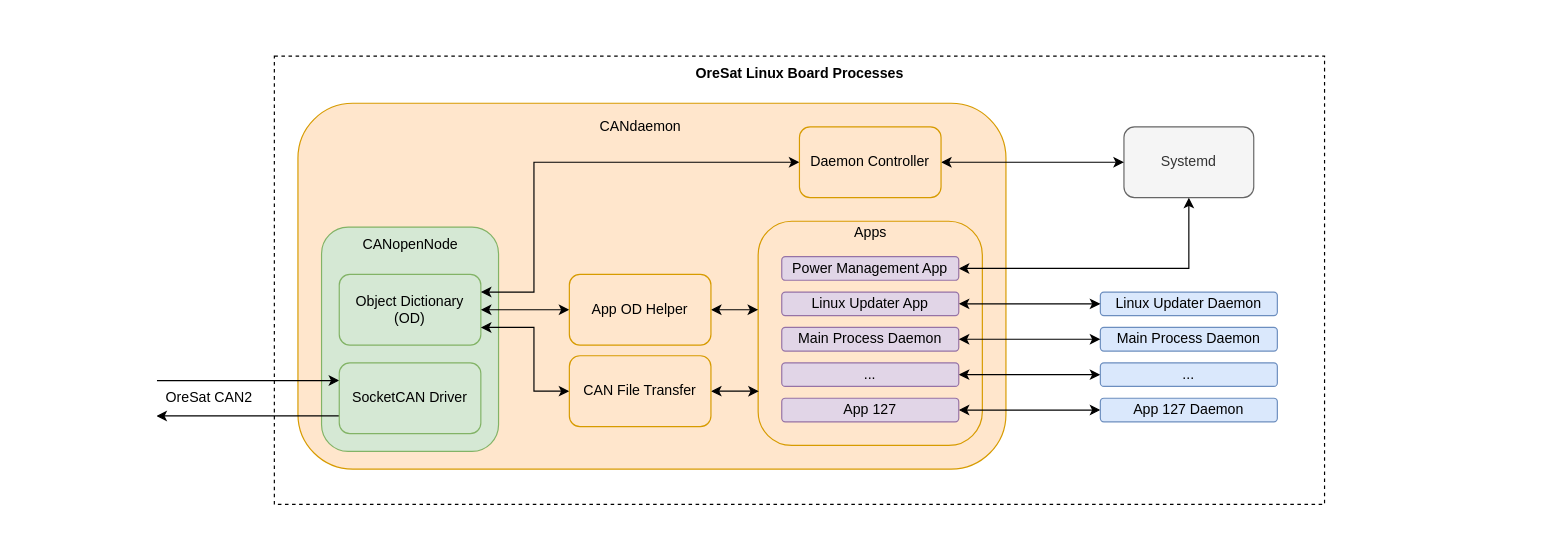
This is docs/OreSatLinuxDiagram.drawio from oresat/oresat-linux-manager, a draw.io file, before an edit. Source tidied: cells renumbered, new cells numbered last; positions are measured from the earlier drawing's top-left corner, leaving out a move shared by most shapes. Both pictures are drawn from the tidied source at 118%, with x=0, y=0 at pixel (132, 55).
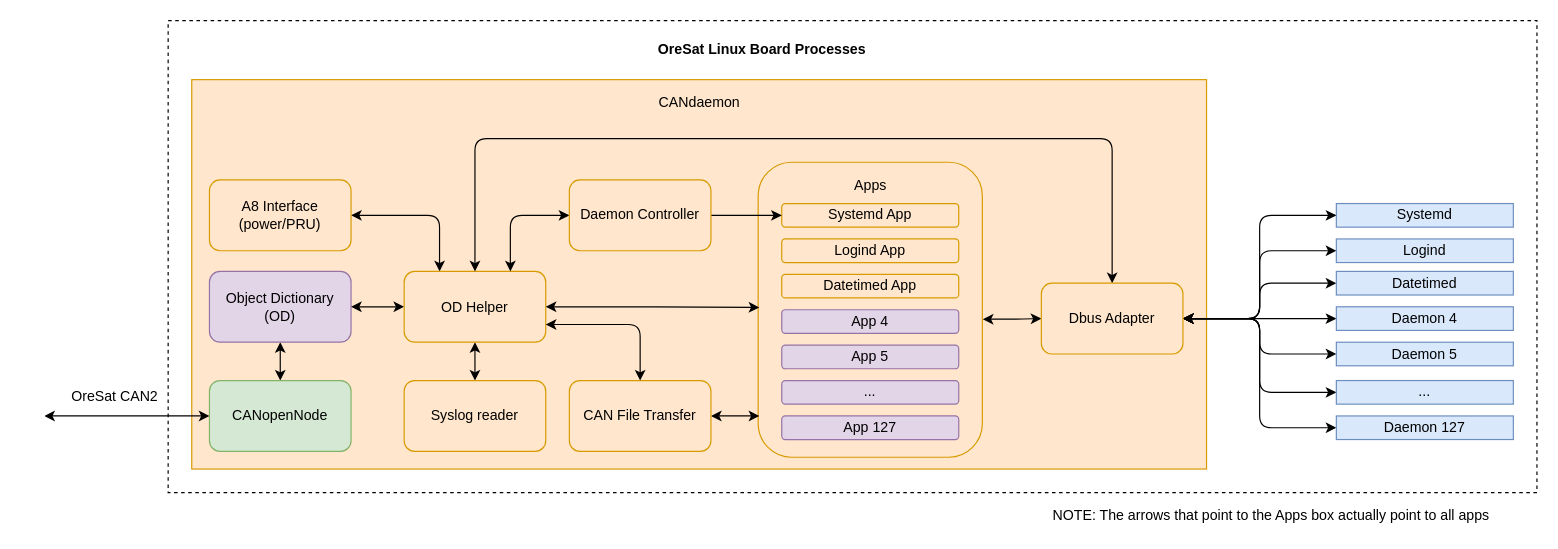
The same page after the edit.

Commit message (it also covers changes not shown here):
new candaemon diagram

The edit, as a diff of the source:
```diff
@@
     <mxCell id="2" style="rounded=0;whiteSpace=wrap;html=1;dashed=1;" parent="1" vertex="1">
-      <mxGeometry x="120" width="890" height="380" as="geometry" />
+      <mxGeometry x="30" y="-30" width="1160" height="400" as="geometry" />
     </mxCell>
-    <mxCell id="3" value="Systemd" style="rounded=1;whiteSpace=wrap;html=1;fillColor=#f5f5f5;strokeColor=#666666;fontColor=#333333;" parent="1" vertex="1">
-      <mxGeometry x="840" y="60" width="110" height="60" as="geometry" />
-    </mxCell>
     <mxCell id="4" value="OreSat CAN2" style="text;html=1;strokeColor=none;fillColor=none;align=center;verticalAlign=middle;whiteSpace=wrap;rounded=0;" parent="1" vertex="1">
-      <mxGeometry x="20" y="266" width="90" height="48" as="geometry" />
+      <mxGeometry x="-60" y="265" width="90" height="48" as="geometry" />
     </mxCell>
     <mxCell id="5" value="&lt;b&gt;OreSat Linux Board Processes&lt;/b&gt;" style="text;html=1;strokeColor=none;fillColor=none;align=center;verticalAlign=middle;whiteSpace=wrap;rounded=0;dashed=1;" parent="1" vertex="1">
-      <mxGeometry x="453.5" y="10" width="223" height="10" as="geometry" />
+      <mxGeometry x="422" y="-10" width="223" height="10" as="geometry" />
     </mxCell>
-    <mxCell id="6" style="rounded=1;whiteSpace=wrap;html=1;fillColor=#ffe6cc;strokeColor=#d79b00;" parent="1" vertex="1">
-      <mxGeometry x="140" y="40" width="600" height="310" as="geometry" />
+    <mxCell id="6" style="rounded=0;whiteSpace=wrap;html=1;fillColor=#ffe6cc;strokeColor=#d79b00;" parent="1" vertex="1">
+      <mxGeometry x="50" y="20" width="860" height="330" as="geometry" />
     </mxCell>
+    <mxCell id="10" value="CANdaemon" style="text;html=1;align=center;verticalAlign=middle;" parent="1" vertex="1">
+      <mxGeometry x="435" y="30" width="90" height="20" as="geometry" />
+    </mxCell>
+    <mxCell id="40" style="edgeStyle=orthogonalEdgeStyle;rounded=0;jettySize=auto;html=1;startArrow=classic;startFill=1;entryX=0.5;entryY=0;entryDx=0;entryDy=0;" parent="1" edge="1" source="12" target="16">
+      <mxGeometry relative="1" as="geometry" />
+    </mxCell>
+    <mxCell id="12" value="Object Dictionary (OD)" style="rounded=1;whiteSpace=wrap;html=1;strokeColor=#9673a6;fillColor=#e1d5e7;" parent="1" vertex="1">
+      <mxGeometry x="65" y="182.5" width="120" height="60" as="geometry" />
+    </mxCell>
+    <mxCell id="16" value="CANopenNode" style="rounded=1;whiteSpace=wrap;html=1;strokeColor=#82b366;fillColor=#d5e8d4;" parent="1" vertex="1">
+      <mxGeometry x="65" y="275" width="120" height="60" as="geometry" />
+    </mxCell>
+    <mxCell id="41" style="edgeStyle=orthogonalEdgeStyle;rounded=1;jettySize=auto;html=1;startArrow=classic;startFill=1;strokeColor=#000000;entryX=0;entryY=0.5;entryDx=0;entryDy=0;" parent="1" edge="1" source="17" target="16">
+      <mxGeometry relative="1" as="geometry" />
+    </mxCell>
+    <mxCell id="17" style="rounded=1;whiteSpace=wrap;html=1;strokeColor=#FFFFFF;" parent="1" vertex="1">
+      <mxGeometry x="-95" y="275" width="20" height="60" as="geometry" />
+    </mxCell>
+    <mxCell id="21" style="edgeStyle=orthogonalEdgeStyle;rounded=0;jettySize=auto;html=1;entryX=1;entryY=0.5;entryDx=0;entryDy=0;exitX=0;exitY=0.5;exitDx=0;exitDy=0;startArrow=classic;startFill=1;" parent="1" edge="1" source="37" target="12">
+      <mxGeometry relative="1" as="geometry" />
+    </mxCell>
+    <mxCell id="42" style="edgeStyle=orthogonalEdgeStyle;rounded=1;jettySize=auto;html=1;startArrow=classic;startFill=1;entryX=1;entryY=0.5;entryDx=0;entryDy=0;exitX=0.25;exitY=0;exitDx=0;exitDy=0;" parent="1" edge="1" source="37" target="44">
+      <mxGeometry relative="1" as="geometry">
+        <Array as="points">
+          <mxPoint x="260" y="135" />
+        </Array>
+      </mxGeometry>
+    </mxCell>
+    <mxCell id="43" style="edgeStyle=orthogonalEdgeStyle;rounded=0;jettySize=auto;html=1;startArrow=classic;startFill=1;" parent="1" edge="1" source="37" target="45">
+      <mxGeometry relative="1" as="geometry" />
+    </mxCell>
+    <mxCell id="37" value="OD Helper" style="rounded=1;whiteSpace=wrap;html=1;strokeColor=#d79b00;fillColor=#ffe6cc;" parent="1" vertex="1">
+      <mxGeometry x="230" y="182.5" width="120" height="60" as="geometry" />
+    </mxCell>
+    <mxCell id="44" value="A8 Interface&lt;br&gt;(power/PRU)" style="rounded=1;whiteSpace=wrap;html=1;strokeColor=#d79b00;fillColor=#ffe6cc;" parent="1" vertex="1">
+      <mxGeometry x="65" y="105" width="120" height="60" as="geometry" />
+    </mxCell>
+    <mxCell id="45" value="Syslog reader" style="rounded=1;whiteSpace=wrap;html=1;strokeColor=#d79b00;fillColor=#ffe6cc;" parent="1" vertex="1">
+      <mxGeometry x="230" y="275" width="120" height="60" as="geometry" />
+    </mxCell>
+    <mxCell id="46" style="edgeStyle=orthogonalEdgeStyle;rounded=1;jettySize=auto;html=1;startArrow=classic;startFill=1;entryX=0.5;entryY=0;entryDx=0;entryDy=0;exitX=0.5;exitY=0;exitDx=0;exitDy=0;" parent="1" edge="1" source="60" target="37">
+      <mxGeometry relative="1" as="geometry">
+        <Array as="points">
+          <mxPoint x="830" y="70" />
+          <mxPoint x="290" y="70" />
+        </Array>
+      </mxGeometry>
+    </mxCell>
+    <mxCell id="47" value="NOTE: The arrows that point to the Apps box actually point to all apps" style="text;html=1;strokeColor=none;fillColor=none;align=center;verticalAlign=middle;whiteSpace=wrap;rounded=0;" parent="1" vertex="1">
+      <mxGeometry x="740" y="380" width="450" height="20" as="geometry" />
+    </mxCell>
+    <mxCell id="48" style="edgeStyle=orthogonalEdgeStyle;rounded=1;jettySize=auto;html=1;startArrow=classic;startFill=1;strokeColor=#000000;entryX=0;entryY=0.5;entryDx=0;entryDy=0;exitX=1.002;exitY=0.532;exitDx=0;exitDy=0;exitPerimeter=0;" parent="1" edge="1" source="9" target="60">
+      <mxGeometry relative="1" as="geometry" />
+    </mxCell>
+    <mxCell id="9" style="rounded=1;whiteSpace=wrap;html=1;strokeColor=#d79b00;fillColor=#ffe6cc;" parent="1" vertex="1">
+      <mxGeometry x="530" y="90" width="190" height="250" as="geometry" />
+    </mxCell>
+    <mxCell id="25" value="Apps" style="text;html=1;align=center;verticalAlign=middle;fillColor=#ffe6cc;strokeColor=none;" parent="1" vertex="1">
+      <mxGeometry x="605" y="100" width="40" height="20" as="geometry" />
+    </mxCell>
+    <mxCell id="27" value="App 127" style="rounded=1;whiteSpace=wrap;html=1;fillColor=#e1d5e7;strokeColor=#9673a6;" parent="1" vertex="1">
+      <mxGeometry x="550" y="305" width="150" height="20" as="geometry" />
+    </mxCell>
+    <mxCell id="30" value="Datetimed App" style="rounded=1;whiteSpace=wrap;html=1;fillColor=#ffe6cc;strokeColor=#d79b00;" parent="1" vertex="1">
+      <mxGeometry x="550" y="185" width="150" height="20" as="geometry" />
+    </mxCell>
+    <mxCell id="31" value="App 5" style="rounded=1;whiteSpace=wrap;html=1;fillColor=#e1d5e7;strokeColor=#9673a6;" parent="1" vertex="1">
+      <mxGeometry x="550" y="245" width="150" height="20" as="geometry" />
+    </mxCell>
+    <mxCell id="35" value="..." style="rounded=1;whiteSpace=wrap;html=1;fillColor=#e1d5e7;strokeColor=#9673a6;" parent="1" vertex="1">
+      <mxGeometry x="550" y="275" width="150" height="20" as="geometry" />
+    </mxCell>
+    <mxCell id="39" value="App 4" style="rounded=1;whiteSpace=wrap;html=1;fillColor=#e1d5e7;strokeColor=#9673a6;" parent="1" vertex="1">
+      <mxGeometry x="550" y="215" width="150" height="20" as="geometry" />
+    </mxCell>
+    <mxCell id="49" value="Logind App" style="rounded=1;whiteSpace=wrap;html=1;fillColor=#ffe6cc;strokeColor=#d79b00;" parent="1" vertex="1">
+      <mxGeometry x="550" y="155" width="150" height="20" as="geometry" />
+    </mxCell>
+    <mxCell id="50" value="Systemd App" style="rounded=1;whiteSpace=wrap;html=1;fillColor=#ffe6cc;strokeColor=#d79b00;" parent="1" vertex="1">
+      <mxGeometry x="550" y="125" width="150" height="20" as="geometry" />
+    </mxCell>
+    <mxCell id="3" value="Systemd" style="rounded=0;whiteSpace=wrap;html=1;fillColor=#dae8fc;strokeColor=#6c8ebf;" parent="1" vertex="1">
+      <mxGeometry x="1020" y="125" width="150" height="20" as="geometry" />
+    </mxCell>
+    <mxCell id="51" style="edgeStyle=orthogonalEdgeStyle;rounded=1;jettySize=auto;html=1;startArrow=classic;startFill=1;strokeColor=#000000;entryX=1;entryY=0.5;entryDx=0;entryDy=0;" parent="1" edge="1" source="7" target="60">
+      <mxGeometry relative="1" as="geometry" />
+    </mxCell>
-    <mxCell id="7" value="Linux Updater Daemon" style="rounded=1;whiteSpace=wrap;html=1;fillColor=#dae8fc;strokeColor=#6c8ebf;" parent="1" vertex="1">
-      <mxGeometry x="820" y="200" width="150" height="20" as="geometry" />
+    <mxCell id="7" value="Daemon 4" style="rounded=0;whiteSpace=wrap;html=1;fillColor=#dae8fc;strokeColor=#6c8ebf;" parent="1" vertex="1">
+      <mxGeometry x="1020" y="212.5" width="150" height="20" as="geometry" />
     </mxCell>
+    <mxCell id="52" style="edgeStyle=orthogonalEdgeStyle;rounded=1;jettySize=auto;html=1;startArrow=classic;startFill=1;strokeColor=#000000;entryX=1;entryY=0.5;entryDx=0;entryDy=0;" parent="1" edge="1" source="8" target="60">
+      <mxGeometry relative="1" as="geometry" />
+    </mxCell>
-    <mxCell id="8" value="Main Process Daemon" style="rounded=1;whiteSpace=wrap;html=1;fillColor=#dae8fc;strokeColor=#6c8ebf;" parent="1" vertex="1">
-      <mxGeometry x="820" y="230" width="150" height="20" as="geometry" />
+    <mxCell id="8" value="Daemon 5" style="rounded=0;whiteSpace=wrap;html=1;fillColor=#dae8fc;strokeColor=#6c8ebf;" parent="1" vertex="1">
+      <mxGeometry x="1020" y="242.5" width="150" height="20" as="geometry" />
     </mxCell>
-    <mxCell id="9" style="rounded=1;whiteSpace=wrap;html=1;strokeColor=#d79b00;fillColor=#ffe6cc;" parent="1" vertex="1">
-      <mxGeometry x="530" y="140" width="190" height="190" as="geometry" />
-    </mxCell>
-    <mxCell id="10" value="CANdaemon" style="text;html=1;align=center;verticalAlign=middle;" parent="1" vertex="1">
-      <mxGeometry x="385" y="50" width="90" height="20" as="geometry" />
-    </mxCell>
-    <mxCell id="11" style="rounded=1;whiteSpace=wrap;html=1;strokeColor=#82b366;fillColor=#d5e8d4;" parent="1" vertex="1">
-      <mxGeometry x="160" y="145" width="150" height="190" as="geometry" />
-    </mxCell>
-    <mxCell id="12" value="Object Dictionary (OD)" style="rounded=1;whiteSpace=wrap;html=1;strokeColor=#82b366;fillColor=#d5e8d4;" parent="1" vertex="1">
-      <mxGeometry x="175" y="185" width="120" height="60" as="geometry" />
-    </mxCell>
-    <mxCell id="13" value="CANopenNode" style="text;html=1;align=center;verticalAlign=middle;" parent="1" vertex="1">
-      <mxGeometry x="185" y="150" width="100" height="20" as="geometry" />
-    </mxCell>
-    <mxCell id="14" style="edgeStyle=orthogonalEdgeStyle;rounded=0;jettySize=auto;html=1;startArrow=none;startFill=0;endArrow=classic;endFill=1;entryX=0;entryY=0.25;entryDx=0;entryDy=0;exitX=1;exitY=0.25;exitDx=0;exitDy=0;" parent="1" edge="1" source="17" target="16">
-      <mxGeometry relative="1" as="geometry">
-        <Array as="points">
-          <mxPoint x="60" y="275" />
-          <mxPoint x="60" y="275" />
-        </Array>
-      </mxGeometry>
-    </mxCell>
-    <mxCell id="15" style="edgeStyle=orthogonalEdgeStyle;rounded=0;jettySize=auto;html=1;startArrow=classic;startFill=1;endArrow=none;endFill=0;exitX=1;exitY=0.75;exitDx=0;exitDy=0;entryX=0;entryY=0.75;entryDx=0;entryDy=0;" parent="1" edge="1" source="17" target="16">
-      <mxGeometry relative="1" as="geometry" />
-    </mxCell>
-    <mxCell id="16" value="SocketCAN Driver" style="rounded=1;whiteSpace=wrap;html=1;strokeColor=#82b366;fillColor=#d5e8d4;" parent="1" vertex="1">
-      <mxGeometry x="175" y="260" width="120" height="60" as="geometry" />
-    </mxCell>
-    <mxCell id="17" style="rounded=1;whiteSpace=wrap;html=1;strokeColor=#FFFFFF;" parent="1" vertex="1">
-      <mxGeometry y="260" width="20" height="60" as="geometry" />
-    </mxCell>
-    <mxCell id="18" style="edgeStyle=orthogonalEdgeStyle;rounded=0;jettySize=auto;html=1;entryX=1;entryY=0.75;entryDx=0;entryDy=0;startArrow=classic;startFill=1;exitX=0;exitY=0.5;exitDx=0;exitDy=0;" parent="1" edge="1" source="20" target="12">
-      <mxGeometry relative="1" as="geometry">
-        <Array as="points">
-          <mxPoint x="340" y="284" />
-          <mxPoint x="340" y="230" />
-        </Array>
-      </mxGeometry>
-    </mxCell>
+    <mxCell id="53" style="edgeStyle=orthogonalEdgeStyle;rounded=1;jettySize=auto;html=1;startArrow=classic;startFill=1;strokeColor=#000000;entryX=1;entryY=0.5;entryDx=0;entryDy=0;" parent="1" edge="1" source="28" target="60">
+      <mxGeometry relative="1" as="geometry" />
+    </mxCell>
+    <mxCell id="28" value="Daemon 127" style="rounded=0;whiteSpace=wrap;html=1;fillColor=#dae8fc;strokeColor=#6c8ebf;" parent="1" vertex="1">
+      <mxGeometry x="1020" y="305" width="150" height="20" as="geometry" />
+    </mxCell>
+    <mxCell id="54" style="edgeStyle=orthogonalEdgeStyle;rounded=1;jettySize=auto;html=1;startArrow=classic;startFill=1;strokeColor=#000000;entryX=1;entryY=0.5;entryDx=0;entryDy=0;" parent="1" edge="1" source="55" target="60">
+      <mxGeometry relative="1" as="geometry" />
+    </mxCell>
+    <mxCell id="55" value="Datetimed" style="rounded=0;whiteSpace=wrap;html=1;fillColor=#dae8fc;strokeColor=#6c8ebf;" parent="1" vertex="1">
+      <mxGeometry x="1020" y="182.5" width="150" height="20" as="geometry" />
+    </mxCell>
+    <mxCell id="56" style="edgeStyle=orthogonalEdgeStyle;rounded=1;jettySize=auto;html=1;startArrow=classic;startFill=1;strokeColor=#000000;entryX=1;entryY=0.5;entryDx=0;entryDy=0;" parent="1" edge="1" source="38" target="60">
+      <mxGeometry relative="1" as="geometry" />
+    </mxCell>
+    <mxCell id="38" value="..." style="rounded=0;whiteSpace=wrap;html=1;fillColor=#dae8fc;strokeColor=#6c8ebf;" parent="1" vertex="1">
+      <mxGeometry x="1020" y="275" width="150" height="20" as="geometry" />
+    </mxCell>
+    <mxCell id="57" style="edgeStyle=orthogonalEdgeStyle;rounded=1;jettySize=auto;html=1;startArrow=classic;startFill=1;strokeColor=#000000;entryX=1;entryY=0.5;entryDx=0;entryDy=0;" parent="1" edge="1" source="58" target="60">
+      <mxGeometry relative="1" as="geometry" />
+    </mxCell>
+    <mxCell id="58" value="Logind" style="rounded=0;whiteSpace=wrap;html=1;fillColor=#dae8fc;strokeColor=#6c8ebf;" parent="1" vertex="1">
+      <mxGeometry x="1020" y="155" width="150" height="20" as="geometry" />
+    </mxCell>
-    <mxCell id="19" style="edgeStyle=orthogonalEdgeStyle;rounded=0;jettySize=auto;html=1;startArrow=classic;startFill=1;endArrow=classic;endFill=1;entryX=0.003;entryY=0.758;entryDx=0;entryDy=0;entryPerimeter=0;exitX=1;exitY=0.5;exitDx=0;exitDy=0;" parent="1" edge="1" source="20" target="9">
-      <mxGeometry relative="1" as="geometry" />
+    <mxCell id="19" style="edgeStyle=orthogonalEdgeStyle;rounded=0;jettySize=auto;html=1;startArrow=classic;startFill=1;endArrow=classic;endFill=1;exitX=1;exitY=0.5;exitDx=0;exitDy=0;" parent="1" edge="1" source="20">
+      <mxGeometry relative="1" as="geometry">
+        <mxPoint x="531" y="305" as="targetPoint" />
+      </mxGeometry>
     </mxCell>
     <mxCell id="20" value="CAN File Transfer" style="rounded=1;whiteSpace=wrap;html=1;strokeColor=#d79b00;fillColor=#ffe6cc;" parent="1" vertex="1">
-      <mxGeometry x="370" y="254" width="120" height="60" as="geometry" />
+      <mxGeometry x="370" y="275" width="120" height="60" as="geometry" />
     </mxCell>
-    <mxCell id="21" style="edgeStyle=orthogonalEdgeStyle;rounded=0;jettySize=auto;html=1;entryX=1;entryY=0.5;entryDx=0;entryDy=0;exitX=0;exitY=0.5;exitDx=0;exitDy=0;startArrow=classic;startFill=1;" parent="1" edge="1" source="37" target="12">
-      <mxGeometry relative="1" as="geometry" />
-    </mxCell>
-    <mxCell id="22" style="edgeStyle=orthogonalEdgeStyle;rounded=0;jettySize=auto;html=1;startArrow=classic;startFill=1;endArrow=classic;endFill=1;entryX=0;entryY=0.5;entryDx=0;entryDy=0;" parent="1" edge="1" source="24" target="3">
-      <mxGeometry relative="1" as="geometry" />
-    </mxCell>
+    <mxCell id="59" style="edgeStyle=orthogonalEdgeStyle;rounded=1;jettySize=auto;html=1;startArrow=classic;startFill=1;strokeColor=#000000;entryX=0;entryY=0.5;entryDx=0;entryDy=0;" parent="1" edge="1" source="60" target="3">
+      <mxGeometry relative="1" as="geometry" />
+    </mxCell>
+    <mxCell id="60" value="Dbus Adapter" style="rounded=1;whiteSpace=wrap;html=1;strokeColor=#d79b00;fillColor=#ffe6cc;" parent="1" vertex="1">
+      <mxGeometry x="770" y="192.5" width="120" height="60" as="geometry" />
+    </mxCell>
-    <mxCell id="23" style="edgeStyle=orthogonalEdgeStyle;rounded=0;jettySize=auto;html=1;startArrow=classic;startFill=1;endArrow=classic;endFill=1;entryX=1;entryY=0.25;entryDx=0;entryDy=0;exitX=0;exitY=0.5;exitDx=0;exitDy=0;" parent="1" edge="1" source="24" target="12">
+    <mxCell id="23" style="edgeStyle=orthogonalEdgeStyle;rounded=1;jettySize=auto;html=1;startArrow=classic;startFill=1;endArrow=classic;endFill=1;entryX=0.75;entryY=0;entryDx=0;entryDy=0;exitX=0;exitY=0.5;exitDx=0;exitDy=0;" parent="1" edge="1" source="24" target="37">
       <mxGeometry relative="1" as="geometry">
         <Array as="points">
-          <mxPoint x="340" y="90" />
-          <mxPoint x="340" y="200" />
+          <mxPoint x="320" y="135" />
         </Array>
       </mxGeometry>
     </mxCell>
+    <mxCell id="61" style="edgeStyle=orthogonalEdgeStyle;rounded=0;jettySize=auto;html=1;exitX=1;exitY=0.5;exitDx=0;exitDy=0;entryX=0;entryY=0.5;entryDx=0;entryDy=0;" parent="1" edge="1" target="50">
+      <mxGeometry relative="1" as="geometry">
+        <mxPoint x="490" y="135" as="sourcePoint" />
+        <Array as="points">
+          <mxPoint x="530" y="135" />
+          <mxPoint x="530" y="135" />
+        </Array>
+      </mxGeometry>
+    </mxCell>
     <mxCell id="24" value="Daemon Controller" style="rounded=1;whiteSpace=wrap;html=1;strokeColor=#d79b00;fillColor=#ffe6cc;" parent="1" vertex="1">
-      <mxGeometry x="565" y="60" width="120" height="60" as="geometry" />
+      <mxGeometry x="370" y="105" width="120" height="60" as="geometry" />
     </mxCell>
-    <mxCell id="25" value="Apps" style="text;html=1;align=center;verticalAlign=middle;" parent="1" vertex="1">
-      <mxGeometry x="605" y="140" width="40" height="20" as="geometry" />
-    </mxCell>
-    <mxCell id="26" style="edgeStyle=orthogonalEdgeStyle;rounded=0;jettySize=auto;html=1;startArrow=classic;startFill=1;endArrow=classic;endFill=1;" parent="1" edge="1" source="27" target="28">
-      <mxGeometry relative="1" as="geometry" />
-    </mxCell>
-    <mxCell id="27" value="App 127" style="rounded=1;whiteSpace=wrap;html=1;fillColor=#e1d5e7;strokeColor=#9673a6;" parent="1" vertex="1">
-      <mxGeometry x="550" y="290" width="150" height="20" as="geometry" />
-    </mxCell>
-    <mxCell id="28" value="App 127 Daemon" style="rounded=1;whiteSpace=wrap;html=1;fillColor=#dae8fc;strokeColor=#6c8ebf;" parent="1" vertex="1">
-      <mxGeometry x="820" y="290" width="150" height="20" as="geometry" />
-    </mxCell>
-    <mxCell id="29" style="edgeStyle=orthogonalEdgeStyle;rounded=0;jettySize=auto;html=1;startArrow=classic;startFill=1;endArrow=classic;endFill=1;entryX=0.5;entryY=1;entryDx=0;entryDy=0;exitX=1;exitY=0.5;exitDx=0;exitDy=0;" parent="1" edge="1" source="30" target="3">
-      <mxGeometry relative="1" as="geometry">
-        <Array as="points">
-          <mxPoint x="895" y="180" />
-        </Array>
-      </mxGeometry>
-    </mxCell>
-    <mxCell id="30" value="Power Management App" style="rounded=1;whiteSpace=wrap;html=1;fillColor=#e1d5e7;strokeColor=#9673a6;" parent="1" vertex="1">
-      <mxGeometry x="550" y="170" width="150" height="20" as="geometry" />
-    </mxCell>
-    <mxCell id="31" value="Main Process Daemon" style="rounded=1;whiteSpace=wrap;html=1;fillColor=#e1d5e7;strokeColor=#9673a6;" parent="1" vertex="1">
-      <mxGeometry x="550" y="230" width="150" height="20" as="geometry" />
-    </mxCell>
-    <mxCell id="32" style="edgeStyle=orthogonalEdgeStyle;rounded=0;jettySize=auto;html=1;entryX=1;entryY=0.5;entryDx=0;entryDy=0;startArrow=classic;startFill=1;" parent="1" edge="1" source="8" target="31">
-      <mxGeometry relative="1" as="geometry" />
-    </mxCell>
-    <mxCell id="33" style="edgeStyle=orthogonalEdgeStyle;rounded=0;jettySize=auto;html=1;startArrow=classic;startFill=1;entryX=1;entryY=0.5;entryDx=0;entryDy=0;" parent="1" edge="1" source="7" target="39">
-      <mxGeometry relative="1" as="geometry" />
-    </mxCell>
-    <mxCell id="34" style="edgeStyle=orthogonalEdgeStyle;rounded=0;jettySize=auto;html=1;startArrow=classic;startFill=1;endArrow=classic;endFill=1;entryX=0;entryY=0.5;entryDx=0;entryDy=0;" parent="1" edge="1" source="35" target="38">
-      <mxGeometry relative="1" as="geometry" />
-    </mxCell>
-    <mxCell id="35" value="..." style="rounded=1;whiteSpace=wrap;html=1;fillColor=#e1d5e7;strokeColor=#9673a6;" parent="1" vertex="1">
-      <mxGeometry x="550" y="260" width="150" height="20" as="geometry" />
-    </mxCell>
     <mxCell id="36" style="edgeStyle=orthogonalEdgeStyle;rounded=0;jettySize=auto;html=1;startArrow=classic;startFill=1;endArrow=classic;endFill=1;exitX=1;exitY=0.5;exitDx=0;exitDy=0;" parent="1" edge="1" source="37">
       <mxGeometry relative="1" as="geometry">
-        <mxPoint x="530" y="215" as="targetPoint" />
+        <mxPoint x="531" y="213" as="targetPoint" />
+        <Array as="points">
+          <mxPoint x="441" y="213" />
+          <mxPoint x="531" y="213" />
+        </Array>
       </mxGeometry>
     </mxCell>
-    <mxCell id="37" value="App OD Helper" style="rounded=1;whiteSpace=wrap;html=1;strokeColor=#d79b00;fillColor=#ffe6cc;" parent="1" vertex="1">
-      <mxGeometry x="370" y="185" width="120" height="60" as="geometry" />
-    </mxCell>
-    <mxCell id="38" value="..." style="rounded=1;whiteSpace=wrap;html=1;fillColor=#dae8fc;strokeColor=#6c8ebf;" parent="1" vertex="1">
-      <mxGeometry x="820" y="260" width="150" height="20" as="geometry" />
-    </mxCell>
-    <mxCell id="39" value="Linux Updater App" style="rounded=1;whiteSpace=wrap;html=1;fillColor=#e1d5e7;strokeColor=#9673a6;" parent="1" vertex="1">
-      <mxGeometry x="550" y="200" width="150" height="20" as="geometry" />
-    </mxCell>
+    <mxCell id="62" style="edgeStyle=orthogonalEdgeStyle;rounded=1;jettySize=auto;html=1;startArrow=classic;startFill=1;exitX=1;exitY=0.75;exitDx=0;exitDy=0;" parent="1" edge="1" source="37" target="20">
+      <mxGeometry relative="1" as="geometry" />
+    </mxCell>
```
